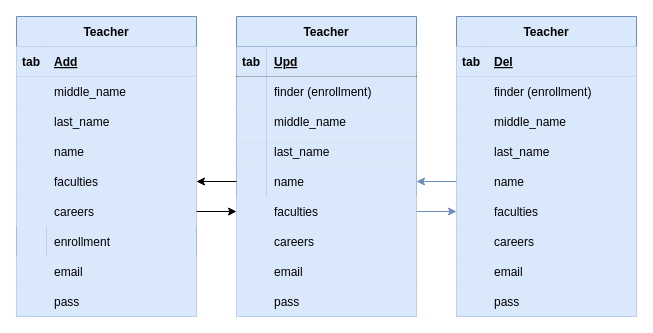
Above: page "Teacher" (3 of 6) of Rectory.drawio in miguelrang/InscripcionHorarioSIASE-UANL-SIMULACION-2.0 (draw.io), before the change. Source tidied: cells renumbered, new cells numbered last; positions are measured from the earlier drawing's top-left corner, leaving out a move shared by most shapes. Both pictures are drawn from the tidied source at 100%, with x=0, y=0 at pixel (16, 16).
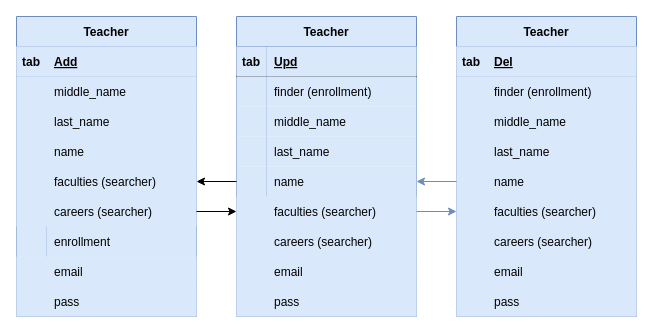
After the change.

The change refers to these unchanged cells:
```xml
<mxCell id="15" style="shape=tableRow;horizontal=0;startSize=0;swimlaneHead=0;swimlaneBody=0;fillColor=#dae8fc;points=[[0,0.5],[1,0.5]];portConstraint=eastwest;top=0;left=0;right=0;bottom=0;strokeColor=#6c8ebf;" parent="2" vertex="1">
  <mxGeometry y="150" width="180" height="30" as="geometry" />
</mxCell>
<mxCell id="18" style="shape=tableRow;horizontal=0;startSize=0;swimlaneHead=0;swimlaneBody=0;fillColor=#dae8fc;points=[[0,0.5],[1,0.5]];portConstraint=eastwest;top=0;left=0;right=0;bottom=0;strokeColor=#6c8ebf;" parent="2" vertex="1">
  <mxGeometry y="180" width="180" height="30" as="geometry" />
</mxCell>
<mxCell id="46" style="shape=tableRow;horizontal=0;startSize=0;swimlaneHead=0;swimlaneBody=0;fillColor=#dae8fc;points=[[0,0.5],[1,0.5]];portConstraint=eastwest;top=0;left=0;right=0;bottom=0;strokeColor=#6c8ebf;" parent="30" vertex="1">
  <mxGeometry y="180" width="180" height="30" as="geometry" />
</mxCell>
<mxCell id="49" style="shape=tableRow;horizontal=0;startSize=0;swimlaneHead=0;swimlaneBody=0;fillColor=#dae8fc;top=0;left=0;right=0;bottom=0;strokeColor=#6c8ebf;" parent="30" vertex="1">
  <mxGeometry y="210" width="180" height="30" as="geometry" />
</mxCell>
<mxCell id="74" style="shape=tableRow;horizontal=0;startSize=0;swimlaneHead=0;swimlaneBody=0;fillColor=#dae8fc;points=[[0,0.5],[1,0.5]];portConstraint=eastwest;top=0;left=0;right=0;bottom=0;strokeColor=#6c8ebf;" parent="58" vertex="1">
  <mxGeometry y="180" width="180" height="30" as="geometry" />
</mxCell>
<mxCell id="77" style="shape=tableRow;horizontal=0;startSize=0;swimlaneHead=0;swimlaneBody=0;fillColor=#dae8fc;top=0;left=0;right=0;bottom=0;strokeColor=#6c8ebf;" parent="58" vertex="1">
  <mxGeometry y="210" width="180" height="30" as="geometry" />
</mxCell>
```

What changed in the source:
```diff
@@
-    <mxCell id="17" value="faculties" style="shape=partialRectangle;fillColor=#dae8fc;top=0;left=0;bottom=0;right=0;align=left;spacingLeft=6;overflow=hidden;strokeColor=#6c8ebf;" parent="15" vertex="1">
+    <mxCell id="17" value="faculties (searcher)" style="shape=partialRectangle;fillColor=#dae8fc;top=0;left=0;bottom=0;right=0;align=left;spacingLeft=6;overflow=hidden;strokeColor=#6c8ebf;" parent="15" vertex="1">
       <mxGeometry x="30" width="150" height="30" as="geometry" />
     </mxCell>
@@
-    <mxCell id="20" value="careers" style="shape=partialRectangle;fillColor=#dae8fc;top=0;left=0;bottom=0;right=0;align=left;spacingLeft=6;overflow=hidden;strokeColor=#6c8ebf;" parent="18" vertex="1">
+    <mxCell id="20" value="careers (searcher)" style="shape=partialRectangle;fillColor=#dae8fc;top=0;left=0;bottom=0;right=0;align=left;spacingLeft=6;overflow=hidden;strokeColor=#6c8ebf;" parent="18" vertex="1">
       <mxGeometry x="30" width="150" height="30" as="geometry" />
     </mxCell>
@@
-    <mxCell id="48" value="faculties" style="shape=partialRectangle;fillColor=#dae8fc;top=0;left=0;bottom=0;right=0;align=left;spacingLeft=6;overflow=hidden;strokeColor=#6c8ebf;" parent="46" vertex="1">
+    <mxCell id="48" value="faculties (searcher)" style="shape=partialRectangle;fillColor=#dae8fc;top=0;left=0;bottom=0;right=0;align=left;spacingLeft=6;overflow=hidden;strokeColor=#6c8ebf;" parent="46" vertex="1">
       <mxGeometry x="30" width="150" height="30" as="geometry" />
     </mxCell>
@@
-    <mxCell id="51" value="careers" style="shape=partialRectangle;fillColor=#dae8fc;top=0;left=0;bottom=0;right=0;align=left;spacingLeft=6;overflow=hidden;strokeColor=#6c8ebf;" parent="49" vertex="1">
+    <mxCell id="51" value="careers (searcher)" style="shape=partialRectangle;fillColor=#dae8fc;top=0;left=0;bottom=0;right=0;align=left;spacingLeft=6;overflow=hidden;strokeColor=#6c8ebf;" parent="49" vertex="1">
       <mxGeometry x="30" width="150" height="30" as="geometry" />
     </mxCell>
@@
-    <mxCell id="76" value="faculties" style="shape=partialRectangle;fillColor=#dae8fc;top=0;left=0;bottom=0;right=0;align=left;spacingLeft=6;overflow=hidden;strokeColor=#6c8ebf;" parent="74" vertex="1">
+    <mxCell id="76" value="faculties (searcher)" style="shape=partialRectangle;fillColor=#dae8fc;top=0;left=0;bottom=0;right=0;align=left;spacingLeft=6;overflow=hidden;strokeColor=#6c8ebf;" parent="74" vertex="1">
       <mxGeometry x="30" width="150" height="30" as="geometry" />
     </mxCell>
@@
-    <mxCell id="79" value="careers" style="shape=partialRectangle;fillColor=#dae8fc;top=0;left=0;bottom=0;right=0;align=left;spacingLeft=6;overflow=hidden;strokeColor=#6c8ebf;" parent="77" vertex="1">
+    <mxCell id="79" value="careers (searcher)" style="shape=partialRectangle;fillColor=#dae8fc;top=0;left=0;bottom=0;right=0;align=left;spacingLeft=6;overflow=hidden;strokeColor=#6c8ebf;" parent="77" vertex="1">
       <mxGeometry x="30" width="150" height="30" as="geometry" />
     </mxCell>
```
